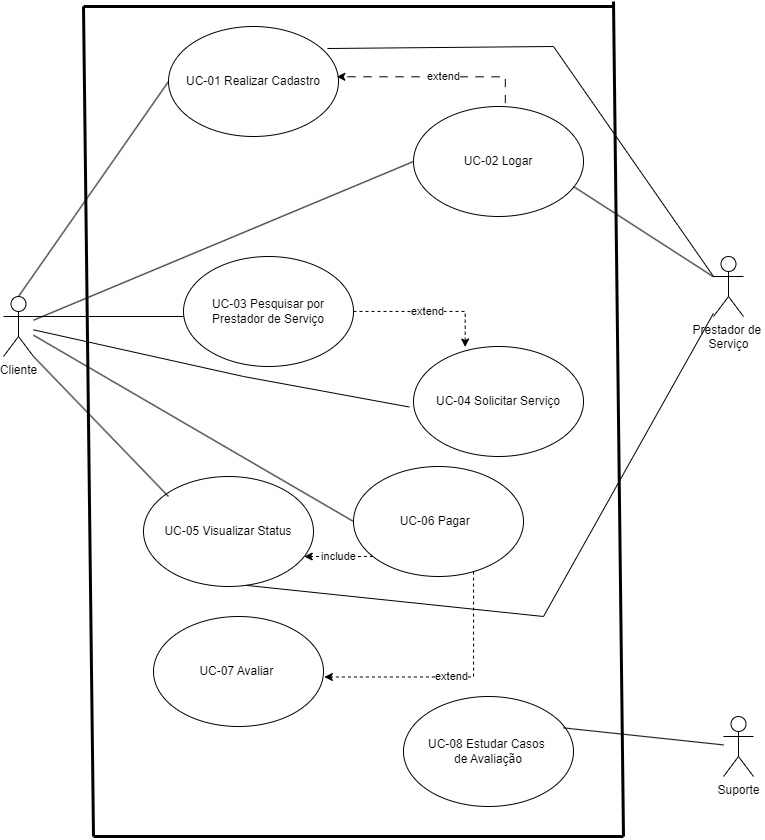
Above: ad.png in ThePlano/Projeto-CC5511---ENGENHARIA-DE-SOFTWARE (draw.io), before the change. Source tidied: cells renumbered, new cells last; positions are measured from the earlier drawing's top-left corner, leaving out a move shared by most shapes. Its diagram source:
```xml
<mxGraphModel>
  <root>
    <mxCell id="0" />
    <mxCell id="1" parent="0" />
    <mxCell id="2" value="UC-01 Realizar Cadastro" style="ellipse;whiteSpace=wrap;html=1;" parent="1" vertex="1">
      <mxGeometry x="165" y="25" width="170" height="110" as="geometry" />
    </mxCell>
    <mxCell id="3" value="&lt;span style=&quot;font-weight: 400;&quot;&gt;UC-05 Visualizar Status&lt;/span&gt;" style="ellipse;whiteSpace=wrap;html=1;fontStyle=1;" parent="1" vertex="1">
      <mxGeometry x="140" y="475" width="170" height="110" as="geometry" />
    </mxCell>
    <mxCell id="4" value="UC-04 Solicitar Serviço" style="ellipse;whiteSpace=wrap;html=1;" parent="1" vertex="1">
      <mxGeometry x="410" y="345" width="170" height="110" as="geometry" />
    </mxCell>
    <mxCell id="5" value="extend" style="edgeStyle=orthogonalEdgeStyle;rounded=0;jettySize=auto;html=1;entryX=0.99;entryY=0.457;entryDx=0;entryDy=0;entryPerimeter=0;exitX=0.54;exitY=-0.031;exitDx=0;exitDy=0;exitPerimeter=0;dashed=1;dashPattern=8 8;" parent="1" edge="1" source="6" target="2">
      <mxGeometry x="-0.1" relative="1" as="geometry">
        <Array as="points">
          <mxPoint x="502" y="75" />
        </Array>
      </mxGeometry>
    </mxCell>
    <mxCell id="6" value="UC-02 Logar" style="ellipse;whiteSpace=wrap;html=1;" parent="1" vertex="1">
      <mxGeometry x="410" y="105" width="170" height="110" as="geometry" />
    </mxCell>
    <mxCell id="7" value="include" style="edgeStyle=orthogonalEdgeStyle;rounded=0;jettySize=auto;html=1;dashed=1;" parent="1" edge="1" source="8" target="3">
      <mxGeometry relative="1" as="geometry">
        <Array as="points">
          <mxPoint x="330" y="555" />
          <mxPoint x="330" y="555" />
        </Array>
      </mxGeometry>
    </mxCell>
    <mxCell id="8" value="UC-06 Pagar&amp;nbsp;&amp;nbsp;" style="ellipse;whiteSpace=wrap;html=1;" parent="1" vertex="1">
      <mxGeometry x="350" y="465" width="170" height="110" as="geometry" />
    </mxCell>
    <mxCell id="9" value="Cliente" style="shape=umlActor;verticalLabelPosition=bottom;verticalAlign=top;html=1;outlineConnect=0;" parent="1" vertex="1">
      <mxGeometry y="295" width="30" height="60" as="geometry" />
    </mxCell>
    <mxCell id="10" value="Suporte&lt;br&gt;" style="shape=umlActor;verticalLabelPosition=bottom;verticalAlign=top;html=1;outlineConnect=0;" parent="1" vertex="1">
      <mxGeometry x="720" y="715" width="30" height="60" as="geometry" />
    </mxCell>
    <mxCell id="11" value="Prestador de&amp;nbsp;&lt;br&gt;Serviço" style="shape=umlActor;verticalLabelPosition=bottom;verticalAlign=top;html=1;outlineConnect=0;" parent="1" vertex="1">
      <mxGeometry x="710" y="255" width="30" height="60" as="geometry" />
    </mxCell>
    <mxCell id="12" value="UC-07 Avaliar&amp;nbsp;" style="ellipse;whiteSpace=wrap;html=1;" parent="1" vertex="1">
      <mxGeometry x="150" y="615" width="170" height="110" as="geometry" />
    </mxCell>
    <mxCell id="13" value="UC-03 Pesquisar por&lt;br&gt;&amp;nbsp;Prestador de Serviço&amp;nbsp;" style="ellipse;whiteSpace=wrap;html=1;" parent="1" vertex="1">
      <mxGeometry x="180" y="255" width="170" height="110" as="geometry" />
    </mxCell>
    <mxCell id="14" value="UC-08 Estudar Casos&amp;nbsp;&lt;br&gt;de Avaliação" style="ellipse;whiteSpace=wrap;html=1;" parent="1" vertex="1">
      <mxGeometry x="400" y="695" width="170" height="110" as="geometry" />
    </mxCell>
    <mxCell id="15" style="endArrow=none;html=1;rounded=0;entryX=0;entryY=0.5;entryDx=0;entryDy=0;exitX=0.5;exitY=0;exitDx=0;exitDy=0;exitPerimeter=0;" parent="1" edge="1" source="9" target="2">
      <mxGeometry relative="1" as="geometry" />
    </mxCell>
    <mxCell id="16" style="endArrow=none;html=1;rounded=0;entryX=0;entryY=0.5;entryDx=0;entryDy=0;" parent="1" edge="1" source="9" target="6">
      <mxGeometry relative="1" as="geometry" />
    </mxCell>
    <mxCell id="17" style="endArrow=none;html=1;rounded=0;entryX=-0.018;entryY=0.382;entryDx=0;entryDy=0;entryPerimeter=0;exitX=1;exitY=0.3333333333333333;exitDx=0;exitDy=0;exitPerimeter=0;" parent="1" edge="1" source="9">
      <mxGeometry relative="1" as="geometry">
        <mxPoint x="180" y="315" as="targetPoint" />
      </mxGeometry>
    </mxCell>
    <mxCell id="18" style="endArrow=none;html=1;rounded=0;entryX=-0.025;entryY=0.55;entryDx=0;entryDy=0;entryPerimeter=0;" parent="1" edge="1" source="9" target="4">
      <mxGeometry relative="1" as="geometry">
        <Array as="points">
          <mxPoint x="240" y="375" />
        </Array>
      </mxGeometry>
    </mxCell>
    <mxCell id="19" style="endArrow=none;html=1;rounded=0;entryX=-0.018;entryY=0.382;entryDx=0;entryDy=0;entryPerimeter=0;exitX=1;exitY=1;exitDx=0;exitDy=0;exitPerimeter=0;" parent="1" edge="1" source="9">
      <mxGeometry relative="1" as="geometry">
        <mxPoint x="165" y="495" as="targetPoint" />
      </mxGeometry>
    </mxCell>
    <mxCell id="20" style="endArrow=none;html=1;rounded=0;entryX=0;entryY=0.5;entryDx=0;entryDy=0;" parent="1" edge="1" source="9" target="8">
      <mxGeometry relative="1" as="geometry" />
    </mxCell>
    <mxCell id="21" style="endArrow=none;html=1;rounded=0;strokeWidth=3;" parent="1" edge="1">
      <mxGeometry relative="1" as="geometry">
        <mxPoint x="90" y="835" as="sourcePoint" />
        <mxPoint x="80" y="5" as="targetPoint" />
      </mxGeometry>
    </mxCell>
    <mxCell id="22" style="endArrow=none;html=1;rounded=0;strokeWidth=3;" parent="1" edge="1">
      <mxGeometry relative="1" as="geometry">
        <mxPoint x="620" y="835" as="sourcePoint" />
        <mxPoint x="610" as="targetPoint" />
      </mxGeometry>
    </mxCell>
    <mxCell id="23" style="endArrow=none;html=1;rounded=0;strokeWidth=3;" parent="1" edge="1">
      <mxGeometry relative="1" as="geometry">
        <mxPoint x="80" y="5" as="sourcePoint" />
        <mxPoint x="610" y="5" as="targetPoint" />
      </mxGeometry>
    </mxCell>
    <mxCell id="24" style="endArrow=none;html=1;rounded=0;strokeWidth=3;" parent="1" edge="1">
      <mxGeometry relative="1" as="geometry">
        <mxPoint x="90" y="835" as="sourcePoint" />
        <mxPoint x="620" y="835" as="targetPoint" />
      </mxGeometry>
    </mxCell>
    <mxCell id="25" style="endArrow=none;html=1;rounded=0;exitX=0.939;exitY=0.285;exitDx=0;exitDy=0;exitPerimeter=0;" parent="1" edge="1" source="14" target="10">
      <mxGeometry relative="1" as="geometry" />
    </mxCell>
    <mxCell id="26" value="extend" style="edgeStyle=orthogonalEdgeStyle;rounded=0;jettySize=auto;html=1;entryX=0.304;entryY=0.005;entryDx=0;entryDy=0;entryPerimeter=0;dashed=1;" parent="1" edge="1" source="13" target="4">
      <mxGeometry relative="1" as="geometry" />
    </mxCell>
    <mxCell id="27" value="extend" style="edgeStyle=orthogonalEdgeStyle;rounded=0;jettySize=auto;html=1;entryX=1.005;entryY=0.55;entryDx=0;entryDy=0;entryPerimeter=0;dashed=1;" parent="1" edge="1" source="8" target="12">
      <mxGeometry relative="1" as="geometry">
        <Array as="points">
          <mxPoint x="470" y="676" />
        </Array>
      </mxGeometry>
    </mxCell>
    <mxCell id="28" style="endArrow=none;html=1;rounded=0;entryX=0.935;entryY=0.2;entryDx=0;entryDy=0;exitX=0;exitY=0.3333333333333333;exitDx=0;exitDy=0;exitPerimeter=0;entryPerimeter=0;" parent="1" edge="1" source="11" target="2">
      <mxGeometry relative="1" as="geometry">
        <Array as="points">
          <mxPoint x="550" y="45" />
        </Array>
      </mxGeometry>
    </mxCell>
    <mxCell id="29" style="endArrow=none;html=1;rounded=0;entryX=0;entryY=0.5;entryDx=0;entryDy=0;" parent="1" edge="1" source="11">
      <mxGeometry relative="1" as="geometry">
        <mxPoint x="570" y="185" as="targetPoint" />
      </mxGeometry>
    </mxCell>
    <mxCell id="30" style="endArrow=none;html=1;rounded=0;entryX=0.606;entryY=0.99;entryDx=0;entryDy=0;entryPerimeter=0;" parent="1" edge="1" source="11" target="3">
      <mxGeometry relative="1" as="geometry">
        <Array as="points">
          <mxPoint x="540" y="615" />
        </Array>
      </mxGeometry>
    </mxCell>
  </root>
</mxGraphModel>
```
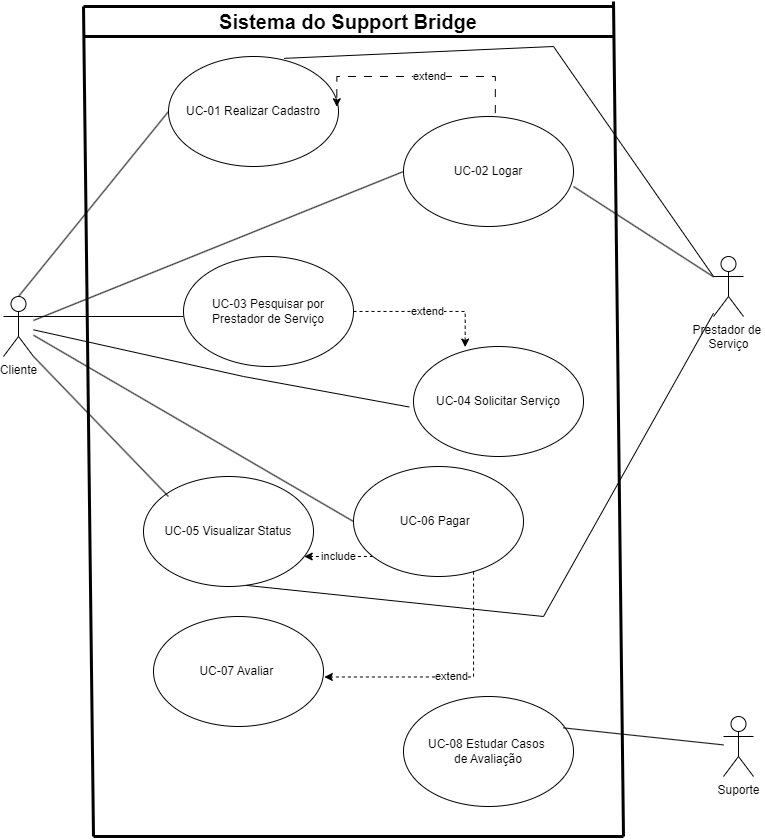
The same file after the commit.

The edit, as a diff of the source:
```diff
@@ -3,7 +3,7 @@
     <mxCell id="0" />
     <mxCell id="1" parent="0" />
     <mxCell id="2" value="UC-01 Realizar Cadastro" style="ellipse;whiteSpace=wrap;html=1;" parent="1" vertex="1">
-      <mxGeometry x="165" y="25" width="170" height="110" as="geometry" />
+      <mxGeometry x="165" y="55" width="170" height="110" as="geometry" />
     </mxCell>
     <mxCell id="3" value="&lt;span style=&quot;font-weight: 400;&quot;&gt;UC-05 Visualizar Status&lt;/span&gt;" style="ellipse;whiteSpace=wrap;html=1;fontStyle=1;" parent="1" vertex="1">
       <mxGeometry x="140" y="475" width="170" height="110" as="geometry" />
@@ -14,12 +14,13 @@
     <mxCell id="5" value="extend" style="edgeStyle=orthogonalEdgeStyle;rounded=0;jettySize=auto;html=1;entryX=0.99;entryY=0.457;entryDx=0;entryDy=0;entryPerimeter=0;exitX=0.54;exitY=-0.031;exitDx=0;exitDy=0;exitPerimeter=0;dashed=1;dashPattern=8 8;" parent="1" edge="1" source="6" target="2">
       <mxGeometry x="-0.1" relative="1" as="geometry">
         <Array as="points">
-          <mxPoint x="502" y="75" />
+          <mxPoint x="492" y="75" />
+          <mxPoint x="333" y="75" />
         </Array>
       </mxGeometry>
     </mxCell>
     <mxCell id="6" value="UC-02 Logar" style="ellipse;whiteSpace=wrap;html=1;" parent="1" vertex="1">
-      <mxGeometry x="410" y="105" width="170" height="110" as="geometry" />
+      <mxGeometry x="400" y="115" width="170" height="110" as="geometry" />
     </mxCell>
     <mxCell id="7" value="include" style="edgeStyle=orthogonalEdgeStyle;rounded=0;jettySize=auto;html=1;dashed=1;" parent="1" edge="1" source="8" target="3">
       <mxGeometry relative="1" as="geometry">
@@ -113,7 +114,7 @@
         </Array>
       </mxGeometry>
     </mxCell>
-    <mxCell id="28" style="endArrow=none;html=1;rounded=0;entryX=0.935;entryY=0.2;entryDx=0;entryDy=0;exitX=0;exitY=0.3333333333333333;exitDx=0;exitDy=0;exitPerimeter=0;entryPerimeter=0;" parent="1" edge="1" source="11" target="2">
+    <mxCell id="28" style="endArrow=none;html=1;rounded=0;entryX=0.68;entryY=0.017;entryDx=0;entryDy=0;exitX=0;exitY=0.3333333333333333;exitDx=0;exitDy=0;exitPerimeter=0;entryPerimeter=0;" parent="1" edge="1" source="11" target="2">
       <mxGeometry relative="1" as="geometry">
         <Array as="points">
           <mxPoint x="550" y="45" />
@@ -132,5 +133,14 @@
         </Array>
       </mxGeometry>
     </mxCell>
+    <mxCell id="31" value="&lt;b&gt;&lt;font style=&quot;font-size: 20px;&quot;&gt;Sistema do Support Bridge&lt;/font&gt;&lt;/b&gt;" style="text;html=1;strokeColor=none;fillColor=none;align=center;verticalAlign=middle;whiteSpace=wrap;rounded=0;" parent="1" vertex="1">
+      <mxGeometry x="210" y="5" width="270" height="30" as="geometry" />
+    </mxCell>
+    <mxCell id="32" style="endArrow=none;html=1;rounded=0;strokeWidth=3;" parent="1" edge="1">
+      <mxGeometry relative="1" as="geometry">
+        <mxPoint x="80" y="35" as="sourcePoint" />
+        <mxPoint x="610" y="35" as="targetPoint" />
+      </mxGeometry>
+    </mxCell>
   </root>
 </mxGraphModel>
```
